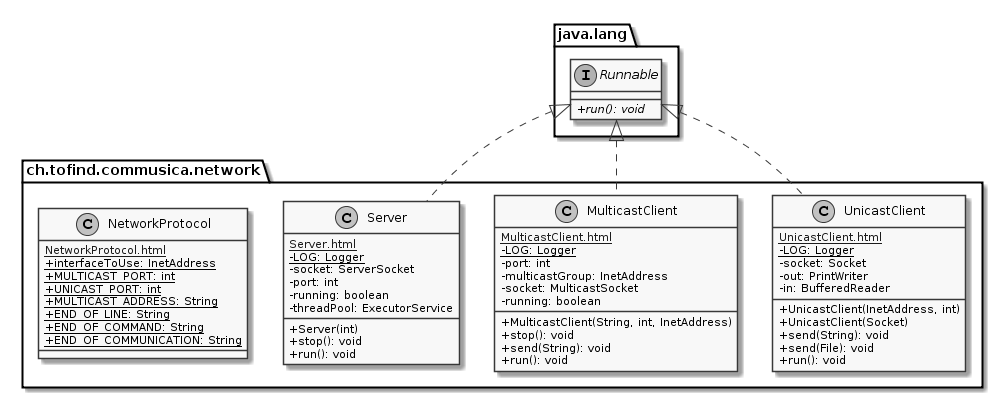
The PlantUML diagram doc/PRO/figures/network.png in heig-vd-pro2017/projet, before a commit. The source it was exported from:
```plantuml
@startuml

    skinparam monochrome true
    skinparam classAttributeIconSize 0

    namespace ch.tofind.commusica.network {

        class UnicastClient {
            [[UnicastClient.html]]
            {static} -LOG: Logger
            -socket: Socket
            -out: PrintWriter
            -in: BufferedReader
            +UnicastClient(InetAddress, int)
            +UnicastClient(Socket)
            +send(String): void
            +send(File): void
            +run(): void
        }

        class MulticastClient {
            [[MulticastClient.html]]
            {static} -LOG: Logger
            -port: int
            -multicastGroup: InetAddress
            -socket: MulticastSocket
            -running: boolean
            +MulticastClient(String, int, InetAddress)
            +stop(): void
            +send(String): void
            +run(): void
        }

        class Server {
            [[Server.html]]
            {static} -LOG: Logger
            -socket: ServerSocket
            -port: int
            -running: boolean
            -threadPool: ExecutorService
            +Server(int)
            +stop(): void
            +run(): void
        }

        class NetworkProtocol {
            [[NetworkProtocol.html]]
            {static} +interfaceToUse: InetAddress
            {static} +MULTICAST_PORT: int
            {static} +UNICAST_PORT: int
            {static} +MULTICAST_ADDRESS: String
            {static} +END_OF_LINE: String
            {static} +END_OF_COMMAND: String
            {static} +END_OF_COMMUNICATION: String
        }

        interface java.lang.Runnable {
            {abstract} +run(): void
        }
        java.lang.Runnable <|.. UnicastClient

        java.lang.Runnable <|.. MulticastClient

        java.lang.Runnable <|.. Server

    }

@enduml
```
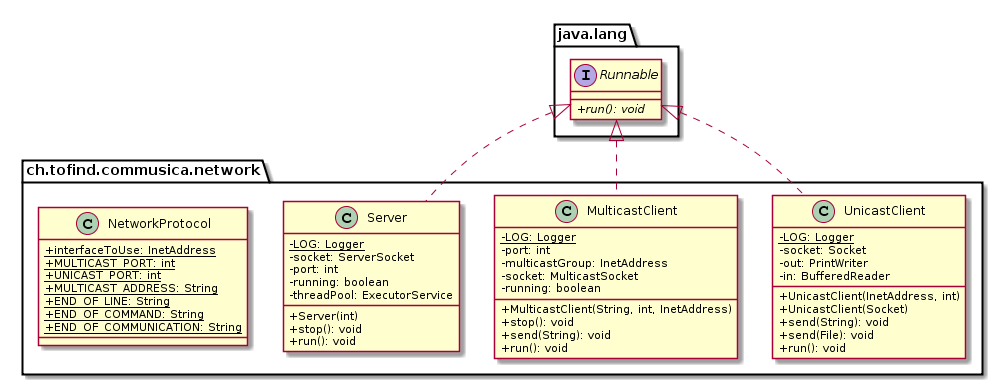
After the commit.

What changed in the source:
```diff
@@ -1,12 +1,10 @@
 @startuml
 
-    skinparam monochrome true
     skinparam classAttributeIconSize 0
 
     namespace ch.tofind.commusica.network {
 
         class UnicastClient {
-            [[UnicastClient.html]]
             {static} -LOG: Logger
             -socket: Socket
             -out: PrintWriter
@@ -19,7 +17,6 @@
         }
 
         class MulticastClient {
-            [[MulticastClient.html]]
             {static} -LOG: Logger
             -port: int
             -multicastGroup: InetAddress
@@ -32,7 +29,6 @@
         }
 
         class Server {
-            [[Server.html]]
             {static} -LOG: Logger
             -socket: ServerSocket
             -port: int
@@ -44,7 +40,6 @@
         }
 
         class NetworkProtocol {
-            [[NetworkProtocol.html]]
             {static} +interfaceToUse: InetAddress
             {static} +MULTICAST_PORT: int
             {static} +UNICAST_PORT: int
```
